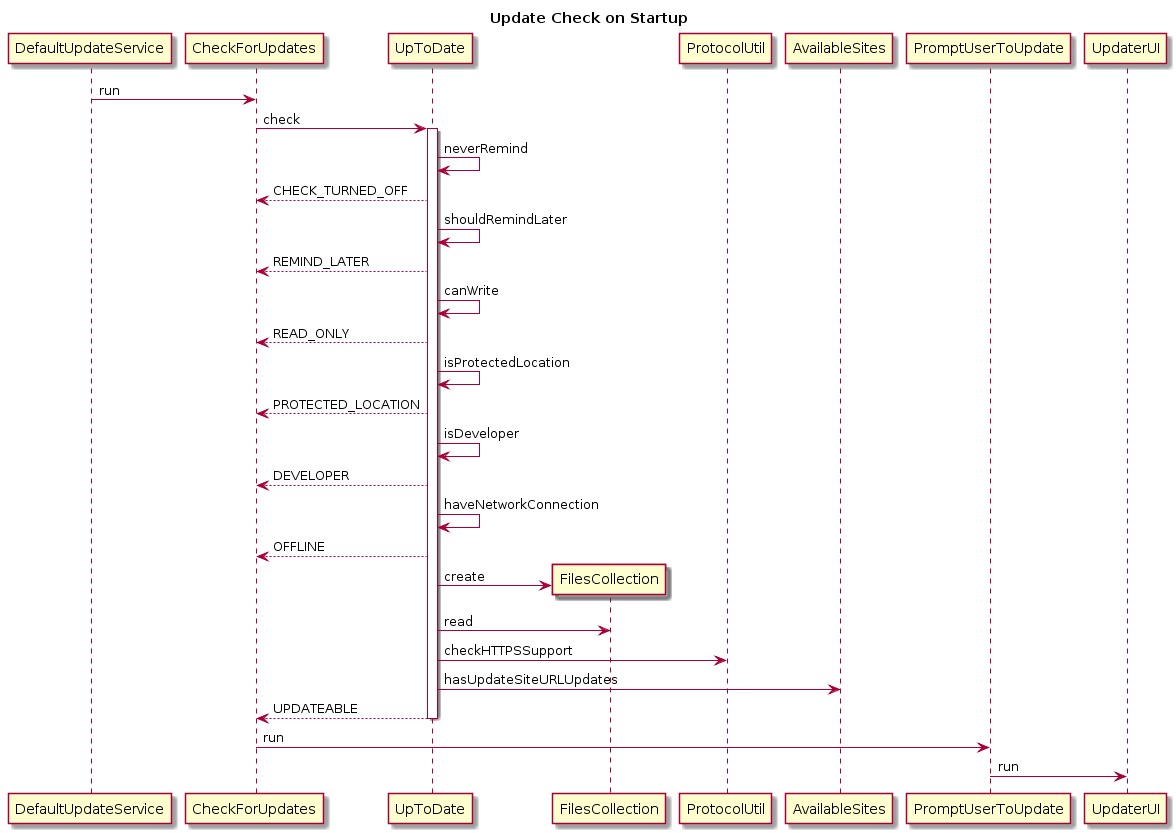
Before: UpdateCheckStartupSequence.png, a diagram exported from PlantUML (imagej/imagej.github.io). The source it was exported from:
```plantuml
@startuml
title Update Check on Startup
DefaultUpdateService -> CheckForUpdates : run
CheckForUpdates -> UpToDate : check
activate UpToDate
UpToDate -> UpToDate : neverRemind
CheckForUpdates <-- UpToDate : CHECK_TURNED_OFF
UpToDate -> UpToDate : shouldRemindLater
CheckForUpdates <-- UpToDate : REMIND_LATER
UpToDate -> UpToDate : canWrite
CheckForUpdates <-- UpToDate : READ_ONLY
UpToDate -> UpToDate : isProtectedLocation
CheckForUpdates <-- UpToDate : PROTECTED_LOCATION
UpToDate -> UpToDate : isDeveloper
CheckForUpdates <-- UpToDate : DEVELOPER
UpToDate -> UpToDate : haveNetworkConnection
CheckForUpdates <-- UpToDate : OFFLINE
create FilesCollection
UpToDate -> FilesCollection : create
UpToDate -> FilesCollection : read
UpToDate -> ProtocolUtil : checkHTTPSSupport
UpToDate -> AvailableSites : hasUpdateSiteURLUpdates
return UPDATEABLE
CheckForUpdates -> PromptUserToUpdate : run
PromptUserToUpdate -> UpdaterUI : run
@enduml
```
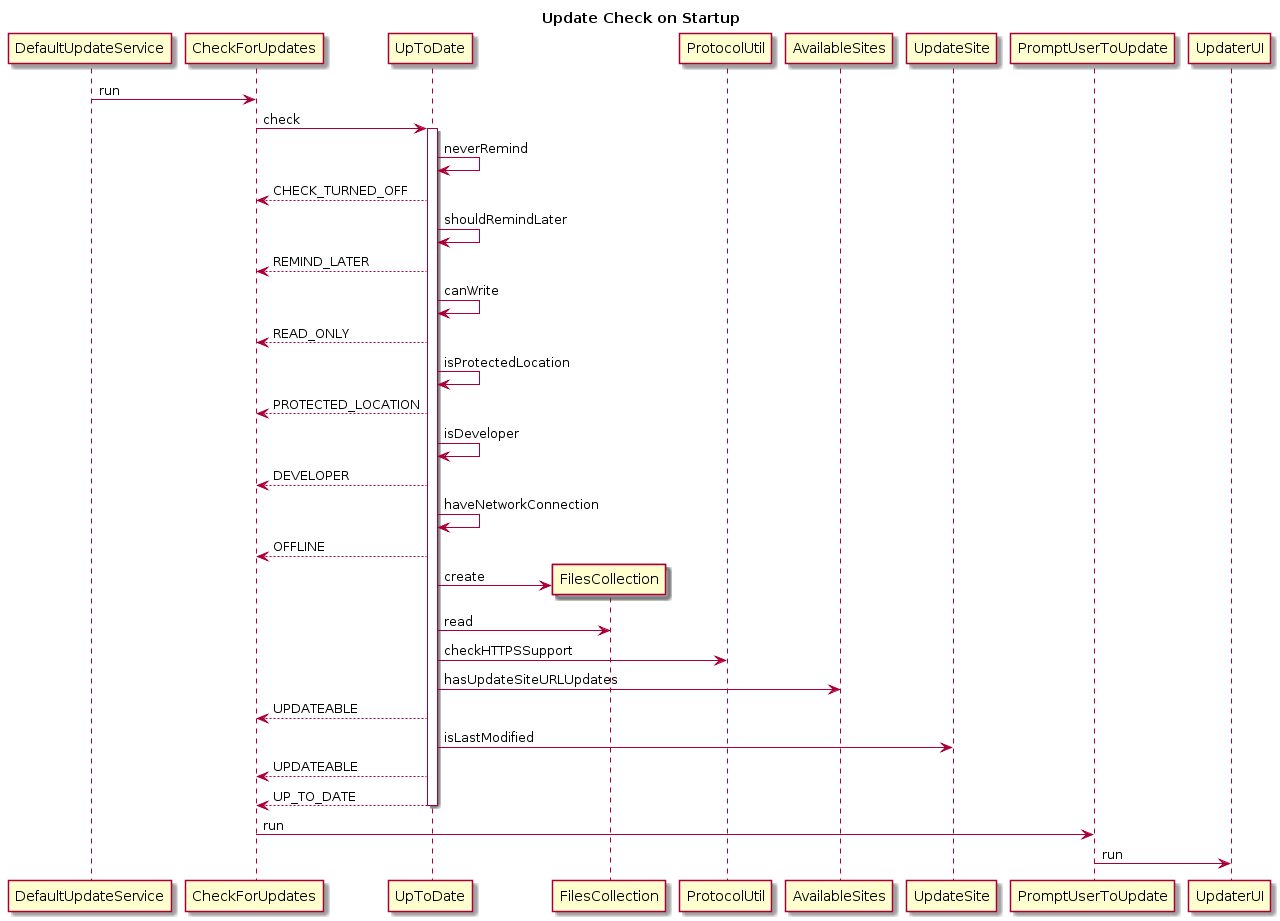
After the commit.

Change to the diagram source:
```diff
@@ -20,7 +20,10 @@
 UpToDate -> FilesCollection : read
 UpToDate -> ProtocolUtil : checkHTTPSSupport
 UpToDate -> AvailableSites : hasUpdateSiteURLUpdates
-return UPDATEABLE
+CheckForUpdates <-- UpToDate : UPDATEABLE
+UpToDate -> UpdateSite : isLastModified
+CheckForUpdates <-- UpToDate : UPDATEABLE
+return UP_TO_DATE
 CheckForUpdates -> PromptUserToUpdate : run
 PromptUserToUpdate -> UpdaterUI : run
 @enduml
```
